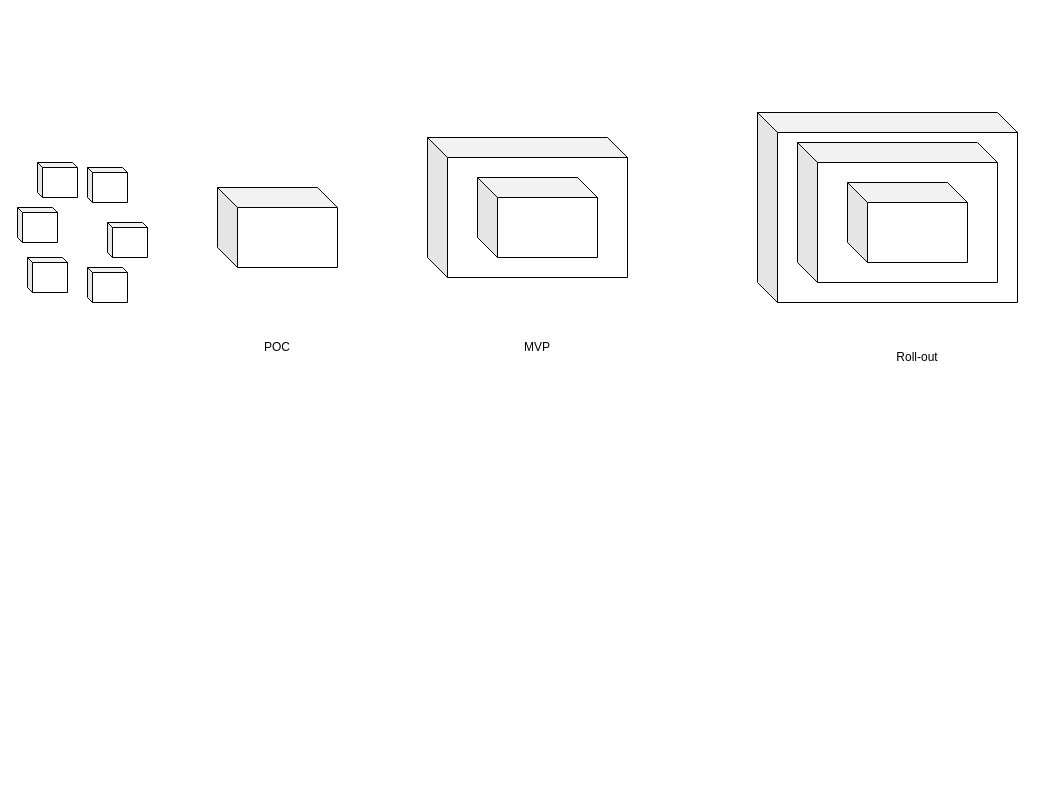
The draw.io diagram Van Oord.drawio in biswarup81/drawings, before the edit. Source tidied: cells renumbered, new cells numbered last; positions are measured from the earlier drawing's top-left corner, leaving out a move shared by most shapes. Both pictures are drawn from the tidied source at 100%, with x=0, y=0 at pixel (17, 112).
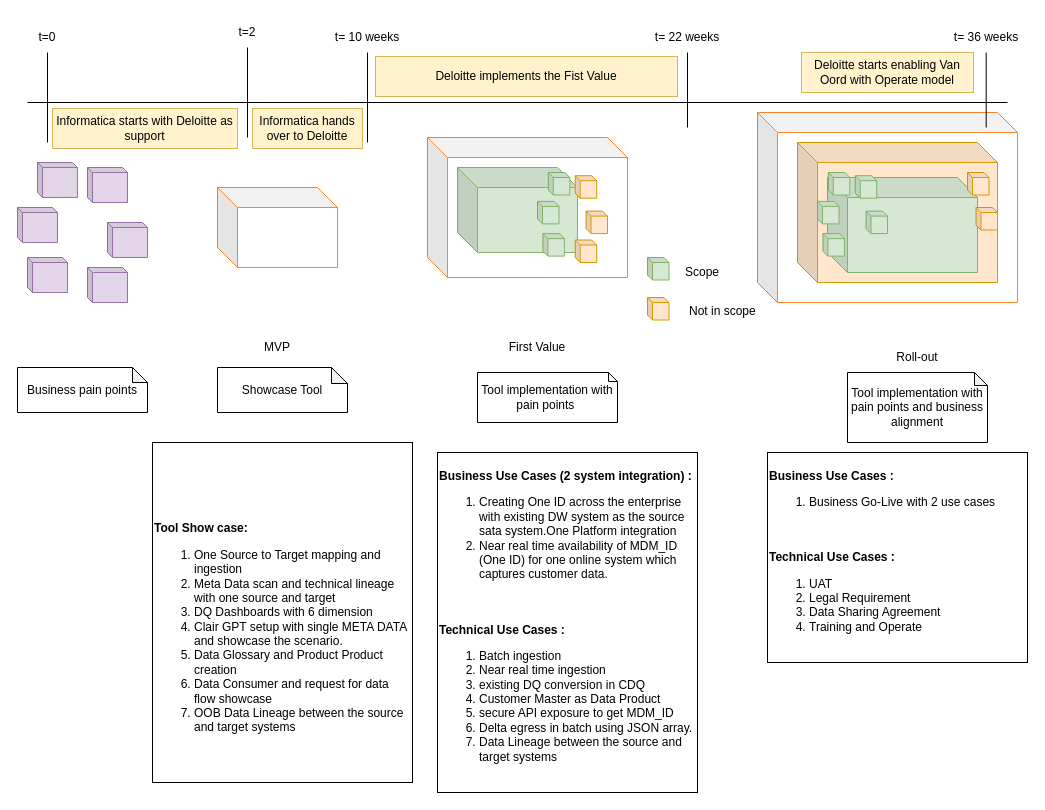
Above is the later version.

The edit, as a diff of the source:
```diff
@@
-    <mxCell id="2" style="shape=cube;whiteSpace=wrap;html=1;boundedLbl=1;backgroundOutline=1;darkOpacity=0.05;darkOpacity2=0.1;" parent="1" vertex="1">
+    <mxCell id="2" style="shape=cube;whiteSpace=wrap;html=1;boundedLbl=1;backgroundOutline=1;darkOpacity=0.05;darkOpacity2=0.1;strokeColor=#f5872e;" parent="1" vertex="1">
       <mxGeometry x="740" width="260" height="190" as="geometry" />
     </mxCell>
-    <mxCell id="3" style="shape=cube;whiteSpace=wrap;html=1;boundedLbl=1;backgroundOutline=1;darkOpacity=0.05;darkOpacity2=0.1;" parent="1" vertex="1">
+    <mxCell id="3" style="shape=cube;whiteSpace=wrap;html=1;boundedLbl=1;backgroundOutline=1;darkOpacity=0.05;darkOpacity2=0.1;fillColor=#ffe6cc;strokeColor=#d79b00;" parent="1" vertex="1">
       <mxGeometry x="780" y="30" width="200" height="140" as="geometry" />
     </mxCell>
-    <mxCell id="4" style="shape=cube;whiteSpace=wrap;html=1;boundedLbl=1;backgroundOutline=1;darkOpacity=0.05;darkOpacity2=0.1;size=5;" parent="1" vertex="1">
+    <mxCell id="4" style="shape=cube;whiteSpace=wrap;html=1;boundedLbl=1;backgroundOutline=1;darkOpacity=0.05;darkOpacity2=0.1;size=5;fillColor=#e1d5e7;strokeColor=#9673a6;" parent="1" vertex="1">
       <mxGeometry x="20" y="50" width="40" height="35" as="geometry" />
     </mxCell>
@@
-    <mxCell id="7" style="shape=cube;whiteSpace=wrap;html=1;boundedLbl=1;backgroundOutline=1;darkOpacity=0.05;darkOpacity2=0.1;" parent="1" vertex="1">
+    <mxCell id="7" style="shape=cube;whiteSpace=wrap;html=1;boundedLbl=1;backgroundOutline=1;darkOpacity=0.05;darkOpacity2=0.1;strokeColor=#f5872e;" parent="1" vertex="1">
       <mxGeometry x="410" y="25" width="200" height="140" as="geometry" />
     </mxCell>
-    <mxCell id="8" style="shape=cube;whiteSpace=wrap;html=1;boundedLbl=1;backgroundOutline=1;darkOpacity=0.05;darkOpacity2=0.1;" parent="1" vertex="1">
-      <mxGeometry x="460" y="65" width="120" height="80" as="geometry" />
+    <mxCell id="8" style="shape=cube;whiteSpace=wrap;html=1;boundedLbl=1;backgroundOutline=1;darkOpacity=0.05;darkOpacity2=0.1;fillColor=#d5e8d4;strokeColor=#82b366;" parent="1" vertex="1">
+      <mxGeometry x="440" y="55" width="120" height="85" as="geometry" />
     </mxCell>
-    <mxCell id="9" style="shape=cube;whiteSpace=wrap;html=1;boundedLbl=1;backgroundOutline=1;darkOpacity=0.05;darkOpacity2=0.1;" parent="1" vertex="1">
-      <mxGeometry x="830" y="70" width="120" height="80" as="geometry" />
+    <mxCell id="9" style="shape=cube;whiteSpace=wrap;html=1;boundedLbl=1;backgroundOutline=1;darkOpacity=0.05;darkOpacity2=0.1;fillColor=#d5e8d4;strokeColor=#82b366;" parent="1" vertex="1">
+      <mxGeometry x="810" y="65" width="150" height="95" as="geometry" />
     </mxCell>
-    <mxCell id="10" style="shape=cube;whiteSpace=wrap;html=1;boundedLbl=1;backgroundOutline=1;darkOpacity=0.05;darkOpacity2=0.1;" parent="1" vertex="1">
+    <mxCell id="10" style="shape=cube;whiteSpace=wrap;html=1;boundedLbl=1;backgroundOutline=1;darkOpacity=0.05;darkOpacity2=0.1;strokeColor=#f5872e;" parent="1" vertex="1">
       <mxGeometry x="200" y="75" width="120" height="80" as="geometry" />
     </mxCell>
-    <mxCell id="11" style="shape=cube;whiteSpace=wrap;html=1;boundedLbl=1;backgroundOutline=1;darkOpacity=0.05;darkOpacity2=0.1;size=5;" parent="1" vertex="1">
+    <mxCell id="11" style="shape=cube;whiteSpace=wrap;html=1;boundedLbl=1;backgroundOutline=1;darkOpacity=0.05;darkOpacity2=0.1;size=5;fillColor=#e1d5e7;strokeColor=#9673a6;" parent="1" vertex="1">
       <mxGeometry x="70" y="55" width="40" height="35" as="geometry" />
     </mxCell>
-    <mxCell id="12" style="shape=cube;whiteSpace=wrap;html=1;boundedLbl=1;backgroundOutline=1;darkOpacity=0.05;darkOpacity2=0.1;size=5;" parent="1" vertex="1">
+    <mxCell id="12" style="shape=cube;whiteSpace=wrap;html=1;boundedLbl=1;backgroundOutline=1;darkOpacity=0.05;darkOpacity2=0.1;size=5;fillColor=#e1d5e7;strokeColor=#9673a6;" parent="1" vertex="1">
       <mxGeometry y="95" width="40" height="35" as="geometry" />
     </mxCell>
-    <mxCell id="13" style="shape=cube;whiteSpace=wrap;html=1;boundedLbl=1;backgroundOutline=1;darkOpacity=0.05;darkOpacity2=0.1;size=5;" parent="1" vertex="1">
+    <mxCell id="13" style="shape=cube;whiteSpace=wrap;html=1;boundedLbl=1;backgroundOutline=1;darkOpacity=0.05;darkOpacity2=0.1;size=5;fillColor=#e1d5e7;strokeColor=#9673a6;" parent="1" vertex="1">
       <mxGeometry x="90" y="110" width="40" height="35" as="geometry" />
     </mxCell>
-    <mxCell id="14" style="shape=cube;whiteSpace=wrap;html=1;boundedLbl=1;backgroundOutline=1;darkOpacity=0.05;darkOpacity2=0.1;size=5;" parent="1" vertex="1">
+    <mxCell id="14" style="shape=cube;whiteSpace=wrap;html=1;boundedLbl=1;backgroundOutline=1;darkOpacity=0.05;darkOpacity2=0.1;size=5;fillColor=#e1d5e7;strokeColor=#9673a6;" parent="1" vertex="1">
       <mxGeometry x="10" y="145" width="40" height="35" as="geometry" />
     </mxCell>
-    <mxCell id="15" style="shape=cube;whiteSpace=wrap;html=1;boundedLbl=1;backgroundOutline=1;darkOpacity=0.05;darkOpacity2=0.1;size=5;" parent="1" vertex="1">
+    <mxCell id="15" style="shape=cube;whiteSpace=wrap;html=1;boundedLbl=1;backgroundOutline=1;darkOpacity=0.05;darkOpacity2=0.1;size=5;fillColor=#e1d5e7;strokeColor=#9673a6;" parent="1" vertex="1">
       <mxGeometry x="70" y="155" width="40" height="35" as="geometry" />
     </mxCell>
-    <mxCell id="16" value="POC" style="text;html=1;align=center;verticalAlign=middle;whiteSpace=wrap;rounded=0;" parent="1" vertex="1">
+    <mxCell id="16" value="MVP" style="text;html=1;align=center;verticalAlign=middle;whiteSpace=wrap;rounded=0;" parent="1" vertex="1">
       <mxGeometry x="230" y="220" width="60" height="30" as="geometry" />
     </mxCell>
-    <mxCell id="17" value="MVP" style="text;html=1;align=center;verticalAlign=middle;whiteSpace=wrap;rounded=0;" parent="1" vertex="1">
+    <mxCell id="17" value="First Value" style="text;html=1;align=center;verticalAlign=middle;whiteSpace=wrap;rounded=0;" parent="1" vertex="1">
       <mxGeometry x="490" y="220" width="60" height="30" as="geometry" />
     </mxCell>
@@
+    <mxCell id="19" value="Business pain points" style="shape=note;whiteSpace=wrap;html=1;backgroundOutline=1;darkOpacity=0.05;size=15;" parent="1" vertex="1">
+      <mxGeometry y="255" width="130" height="45" as="geometry" />
+    </mxCell>
+    <mxCell id="20" value="Showcase Tool" style="shape=note;whiteSpace=wrap;html=1;backgroundOutline=1;darkOpacity=0.05;size=16;" parent="1" vertex="1">
+      <mxGeometry x="200" y="255" width="130" height="45" as="geometry" />
+    </mxCell>
+    <mxCell id="21" style="group;" parent="1" vertex="1">
+      <mxGeometry x="520" y="60" width="70" height="90" as="geometry" />
+    </mxCell>
+    <mxCell id="22" style="shape=cube;whiteSpace=wrap;html=1;boundedLbl=1;backgroundOutline=1;darkOpacity=0.05;darkOpacity2=0.1;size=5;fillColor=#d5e8d4;strokeColor=#82b366;" parent="21" vertex="1">
+      <mxGeometry x="10.8" width="21.5" height="22.5" as="geometry" />
+    </mxCell>
+    <mxCell id="23" style="shape=cube;whiteSpace=wrap;html=1;boundedLbl=1;backgroundOutline=1;darkOpacity=0.05;darkOpacity2=0.1;size=5;fillColor=#ffe6cc;strokeColor=#d79b00;" parent="21" vertex="1">
+      <mxGeometry x="37.7" y="3.2" width="21.5" height="22.5" as="geometry" />
+    </mxCell>
+    <mxCell id="24" style="shape=cube;whiteSpace=wrap;html=1;boundedLbl=1;backgroundOutline=1;darkOpacity=0.05;darkOpacity2=0.1;size=5;fillColor=#d5e8d4;strokeColor=#82b366;" parent="21" vertex="1">
+      <mxGeometry y="28.9" width="21.5" height="22.5" as="geometry" />
+    </mxCell>
+    <mxCell id="25" style="shape=cube;whiteSpace=wrap;html=1;boundedLbl=1;backgroundOutline=1;darkOpacity=0.05;darkOpacity2=0.1;size=5;fillColor=#ffe6cc;strokeColor=#d79b00;" parent="21" vertex="1">
+      <mxGeometry x="48.5" y="38.6" width="21.5" height="22.5" as="geometry" />
+    </mxCell>
+    <mxCell id="26" style="shape=cube;whiteSpace=wrap;html=1;boundedLbl=1;backgroundOutline=1;darkOpacity=0.05;darkOpacity2=0.1;size=5;fillColor=#d5e8d4;strokeColor=#82b366;" parent="21" vertex="1">
+      <mxGeometry x="5.4" y="61.1" width="21.5" height="22.5" as="geometry" />
+    </mxCell>
+    <mxCell id="27" style="shape=cube;whiteSpace=wrap;html=1;boundedLbl=1;backgroundOutline=1;darkOpacity=0.05;darkOpacity2=0.1;size=5;fillColor=#ffe6cc;strokeColor=#d79b00;" parent="21" vertex="1">
+      <mxGeometry x="37.7" y="67.5" width="21.5" height="22.5" as="geometry" />
+    </mxCell>
+    <mxCell id="28" style="group;" parent="1" vertex="1">
+      <mxGeometry x="800" y="60" width="70" height="90" as="geometry" />
+    </mxCell>
+    <mxCell id="29" style="shape=cube;whiteSpace=wrap;html=1;boundedLbl=1;backgroundOutline=1;darkOpacity=0.05;darkOpacity2=0.1;size=5;fillColor=#d5e8d4;strokeColor=#82b366;" parent="28" vertex="1">
+      <mxGeometry x="10.8" width="21.5" height="22.5" as="geometry" />
+    </mxCell>
+    <mxCell id="30" style="shape=cube;whiteSpace=wrap;html=1;boundedLbl=1;backgroundOutline=1;darkOpacity=0.05;darkOpacity2=0.1;size=5;fillColor=#d5e8d4;strokeColor=#82b366;" parent="28" vertex="1">
+      <mxGeometry x="37.7" y="3.2" width="21.5" height="22.5" as="geometry" />
+    </mxCell>
+    <mxCell id="31" style="shape=cube;whiteSpace=wrap;html=1;boundedLbl=1;backgroundOutline=1;darkOpacity=0.05;darkOpacity2=0.1;size=5;fillColor=#d5e8d4;strokeColor=#82b366;" parent="28" vertex="1">
+      <mxGeometry y="28.9" width="21.5" height="22.5" as="geometry" />
+    </mxCell>
+    <mxCell id="32" style="shape=cube;whiteSpace=wrap;html=1;boundedLbl=1;backgroundOutline=1;darkOpacity=0.05;darkOpacity2=0.1;size=5;fillColor=#d5e8d4;strokeColor=#82b366;" parent="28" vertex="1">
+      <mxGeometry x="48.5" y="38.6" width="21.5" height="22.5" as="geometry" />
+    </mxCell>
+    <mxCell id="33" style="shape=cube;whiteSpace=wrap;html=1;boundedLbl=1;backgroundOutline=1;darkOpacity=0.05;darkOpacity2=0.1;size=5;fillColor=#d5e8d4;strokeColor=#82b366;" parent="28" vertex="1">
+      <mxGeometry x="5.4" y="61.1" width="21.5" height="22.5" as="geometry" />
+    </mxCell>
+    <mxCell id="34" style="shape=cube;whiteSpace=wrap;html=1;boundedLbl=1;backgroundOutline=1;darkOpacity=0.05;darkOpacity2=0.1;size=5;fillColor=#ffe6cc;strokeColor=#d79b00;" parent="1" vertex="1">
+      <mxGeometry x="950" y="60" width="21.5" height="22.5" as="geometry" />
+    </mxCell>
+    <mxCell id="35" style="shape=cube;whiteSpace=wrap;html=1;boundedLbl=1;backgroundOutline=1;darkOpacity=0.05;darkOpacity2=0.1;size=5;fillColor=#ffe6cc;strokeColor=#d79b00;" parent="1" vertex="1">
+      <mxGeometry x="958.5" y="95" width="21.5" height="22.5" as="geometry" />
+    </mxCell>
+    <mxCell id="36" value="Tool implementation with pain points&amp;nbsp;" style="shape=note;whiteSpace=wrap;html=1;backgroundOutline=1;darkOpacity=0.05;size=9;" parent="1" vertex="1">
+      <mxGeometry x="460" y="260" width="140" height="50" as="geometry" />
+    </mxCell>
+    <mxCell id="37" value="Tool implementation with pain points and business alignment" style="shape=note;whiteSpace=wrap;html=1;backgroundOutline=1;darkOpacity=0.05;size=13;" parent="1" vertex="1">
+      <mxGeometry x="830" y="260" width="140" height="70" as="geometry" />
+    </mxCell>
+    <mxCell id="38" value="&lt;div&gt;&lt;b&gt;Business Use Cases (2 system integration) :&lt;/b&gt;&lt;b&gt;&lt;br&gt;&lt;/b&gt;&lt;/div&gt;&lt;div&gt;&lt;ol&gt;&lt;li&gt;Creating One ID across the enterprise with existing DW system as the source sata system.One Platform integration&lt;/li&gt;&lt;li&gt;Near real time availability of MDM_ID (One ID) for one online system which captures customer data.&lt;/li&gt;&lt;/ol&gt;&lt;/div&gt;&lt;div&gt;&lt;br&gt;&lt;/div&gt;&lt;div&gt;&lt;br&gt;&lt;/div&gt;&lt;b&gt;Technical Use Cases :&lt;/b&gt;&lt;div&gt;&lt;ol&gt;&lt;li&gt;Batch ingestion&lt;/li&gt;&lt;li&gt;Near real time ingestion&lt;/li&gt;&lt;li&gt;existing DQ conversion in CDQ&lt;/li&gt;&lt;li&gt;Customer Master as Data Product&lt;/li&gt;&lt;li&gt;secure API exposure to get MDM_ID&lt;/li&gt;&lt;li&gt;Delta egress in batch using JSON array.&lt;/li&gt;&lt;li&gt;Data Lineage between the source and target systems&lt;/li&gt;&lt;/ol&gt;&lt;/div&gt;" style="text;html=1;align=left;verticalAlign=middle;whiteSpace=wrap;rounded=0;strokeColor=default;" parent="1" vertex="1">
+      <mxGeometry x="420" y="340" width="260" height="340" as="geometry" />
+    </mxCell>
+    <mxCell id="39" value="&lt;div&gt;&lt;b&gt;Business Use Cases :&lt;/b&gt;&lt;b&gt;&lt;br&gt;&lt;/b&gt;&lt;/div&gt;&lt;div&gt;&lt;ol&gt;&lt;li&gt;Business Go-Live with 2 use cases&lt;/li&gt;&lt;/ol&gt;&lt;/div&gt;&lt;div&gt;&lt;br&gt;&lt;/div&gt;&lt;div&gt;&lt;br&gt;&lt;/div&gt;&lt;b&gt;Technical Use Cases :&lt;/b&gt;&lt;div&gt;&lt;ol&gt;&lt;li&gt;UAT&lt;/li&gt;&lt;li&gt;Legal Requirement&lt;/li&gt;&lt;li&gt;Data Sharing Agreement&lt;/li&gt;&lt;li&gt;Training and Operate&lt;/li&gt;&lt;/ol&gt;&lt;/div&gt;" style="text;html=1;align=left;verticalAlign=middle;whiteSpace=wrap;rounded=0;strokeColor=default;" parent="1" vertex="1">
+      <mxGeometry x="750" y="340" width="260" height="210" as="geometry" />
+    </mxCell>
+    <mxCell id="40" value="&lt;div&gt;&lt;br&gt;&lt;/div&gt;&lt;div&gt;&lt;br&gt;&lt;/div&gt;&lt;div&gt;&lt;br&gt;&lt;/div&gt;&lt;b&gt;Tool Show case:&lt;/b&gt;&lt;div&gt;&lt;ol&gt;&lt;li&gt;One Source to Target mapping and ingestion&lt;/li&gt;&lt;li&gt;Meta Data scan and technical lineage with one source and target&lt;/li&gt;&lt;li&gt;DQ Dashboards with 6 dimension&lt;/li&gt;&lt;li&gt;Clair GPT setup with single META DATA and showcase the scenario.&lt;/li&gt;&lt;li&gt;Data Glossary and Product Product creation&lt;/li&gt;&lt;li&gt;Data Consumer and request for data flow showcase&lt;/li&gt;&lt;li&gt;OOB Data Lineage between the source and target systems&lt;/li&gt;&lt;/ol&gt;&lt;/div&gt;" style="text;html=1;align=left;verticalAlign=middle;whiteSpace=wrap;rounded=0;strokeColor=default;" parent="1" vertex="1">
+      <mxGeometry x="135" y="330" width="260" height="340" as="geometry" />
+    </mxCell>
+    <mxCell id="41" style="endArrow=none;html=1;rounded=0;" parent="1" edge="1">
+      <mxGeometry relative="1" as="geometry">
+        <mxPoint x="10" y="-10" as="sourcePoint" />
+        <mxPoint x="990" y="-10" as="targetPoint" />
+      </mxGeometry>
+    </mxCell>
+    <mxCell id="42" style="endArrow=none;html=1;rounded=0;" parent="1" edge="1">
+      <mxGeometry relative="1" as="geometry">
+        <mxPoint x="30" y="-60" as="sourcePoint" />
+        <mxPoint x="30" y="30" as="targetPoint" />
+      </mxGeometry>
+    </mxCell>
+    <mxCell id="43" style="endArrow=none;html=1;rounded=0;" parent="1" edge="1" source="47">
+      <mxGeometry relative="1" as="geometry">
+        <mxPoint x="350" y="30" as="targetPoint" />
+      </mxGeometry>
+    </mxCell>
+    <mxCell id="44" style="endArrow=none;html=1;rounded=0;" parent="1" edge="1" source="49">
+      <mxGeometry relative="1" as="geometry">
+        <mxPoint x="670" y="15" as="targetPoint" />
+      </mxGeometry>
+    </mxCell>
+    <mxCell id="45" value="t=0" style="text;html=1;align=center;verticalAlign=middle;whiteSpace=wrap;rounded=0;" parent="1" vertex="1">
+      <mxGeometry y="-90" width="60" height="30" as="geometry" />
+    </mxCell>
+    <mxCell id="46" style="endArrow=none;html=1;rounded=0;" parent="1" edge="1" target="47">
+      <mxGeometry relative="1" as="geometry">
+        <mxPoint x="350" y="-60" as="sourcePoint" />
+      </mxGeometry>
+    </mxCell>
+    <mxCell id="47" value="t= 10 weeks" style="text;html=1;align=center;verticalAlign=middle;whiteSpace=wrap;rounded=0;" parent="1" vertex="1">
+      <mxGeometry x="315" y="-90" width="70" height="30" as="geometry" />
+    </mxCell>
+    <mxCell id="48" style="endArrow=none;html=1;rounded=0;" parent="1" edge="1" target="49">
+      <mxGeometry relative="1" as="geometry">
+        <mxPoint x="670" y="-60" as="sourcePoint" />
+      </mxGeometry>
+    </mxCell>
+    <mxCell id="49" value="t= 22 weeks" style="text;html=1;align=center;verticalAlign=middle;whiteSpace=wrap;rounded=0;" parent="1" vertex="1">
+      <mxGeometry x="635" y="-90" width="70" height="30" as="geometry" />
+    </mxCell>
+    <mxCell id="50" value="t= 36 weeks" style="text;html=1;align=center;verticalAlign=middle;whiteSpace=wrap;rounded=0;" parent="1" vertex="1">
+      <mxGeometry x="934.2" y="-90" width="70" height="30" as="geometry" />
+    </mxCell>
+    <mxCell id="51" style="endArrow=none;html=1;rounded=0;" parent="1" edge="1">
+      <mxGeometry relative="1" as="geometry">
+        <mxPoint x="968.7" y="-60" as="sourcePoint" />
+        <mxPoint x="968.7" y="15" as="targetPoint" />
+      </mxGeometry>
+    </mxCell>
+    <mxCell id="52" value="Informatica hands over to Deloitte" style="rounded=0;whiteSpace=wrap;html=1;fillColor=#fff2cc;strokeColor=#d6b656;" parent="1" vertex="1">
+      <mxGeometry x="235" y="-4" width="110" height="40" as="geometry" />
+    </mxCell>
+    <mxCell id="53" style="endArrow=none;html=1;rounded=0;" parent="1" edge="1">
+      <mxGeometry relative="1" as="geometry">
+        <mxPoint x="230" y="-65" as="sourcePoint" />
+        <mxPoint x="230" y="25" as="targetPoint" />
+      </mxGeometry>
+    </mxCell>
+    <mxCell id="54" value="t=2" style="text;html=1;align=center;verticalAlign=middle;whiteSpace=wrap;rounded=0;" parent="1" vertex="1">
+      <mxGeometry x="200" y="-95" width="60" height="30" as="geometry" />
+    </mxCell>
+    <mxCell id="55" value="Informatica starts with Deloitte as support" style="rounded=0;whiteSpace=wrap;html=1;fillColor=#fff2cc;strokeColor=#d6b656;" parent="1" vertex="1">
+      <mxGeometry x="35" y="-4" width="185" height="40" as="geometry" />
+    </mxCell>
+    <mxCell id="56" value="Deloitte implements the Fist Value" style="rounded=0;whiteSpace=wrap;html=1;fillColor=#fff2cc;strokeColor=#d6b656;" parent="1" vertex="1">
+      <mxGeometry x="358" y="-56" width="302" height="40" as="geometry" />
+    </mxCell>
+    <mxCell id="57" value="Deloitte starts enabling Van Oord with Operate model" style="rounded=0;whiteSpace=wrap;html=1;fillColor=#fff2cc;strokeColor=#d6b656;" parent="1" vertex="1">
+      <mxGeometry x="784" y="-60" width="172" height="40" as="geometry" />
+    </mxCell>
+    <mxCell id="58" style="shape=cube;whiteSpace=wrap;html=1;boundedLbl=1;backgroundOutline=1;darkOpacity=0.05;darkOpacity2=0.1;size=5;fillColor=#d5e8d4;strokeColor=#82b366;" parent="1" vertex="1">
+      <mxGeometry x="630" y="145" width="21.5" height="22.5" as="geometry" />
+    </mxCell>
+    <mxCell id="59" value="Scope" style="text;html=1;align=center;verticalAlign=middle;whiteSpace=wrap;rounded=0;" parent="1" vertex="1">
+      <mxGeometry x="655" y="145" width="60" height="30" as="geometry" />
+    </mxCell>
+    <mxCell id="60" style="shape=cube;whiteSpace=wrap;html=1;boundedLbl=1;backgroundOutline=1;darkOpacity=0.05;darkOpacity2=0.1;size=5;fillColor=#ffe6cc;strokeColor=#d79b00;" parent="1" vertex="1">
+      <mxGeometry x="630" y="185" width="21.5" height="22.5" as="geometry" />
+    </mxCell>
+    <mxCell id="61" value="&lt;span style=&quot;color: rgb(0, 0, 0); font-family: Helvetica; font-size: 12px; font-style: normal; font-variant-ligatures: normal; font-variant-caps: normal; font-weight: 400; letter-spacing: normal; orphans: 2; text-align: center; text-indent: 0px; text-transform: none; widows: 2; word-spacing: 0px; -webkit-text-stroke-width: 0px; white-space: normal; background-color: rgb(251, 251, 251); text-decoration-thickness: initial; text-decoration-style: initial; text-decoration-color: initial; display: inline !important; float: none;&quot;&gt;Not in scope&lt;/span&gt;" style="text;whiteSpace=wrap;html=1;" parent="1" vertex="1">
+      <mxGeometry x="670" y="185" width="70" height="40" as="geometry" />
+    </mxCell>
```
